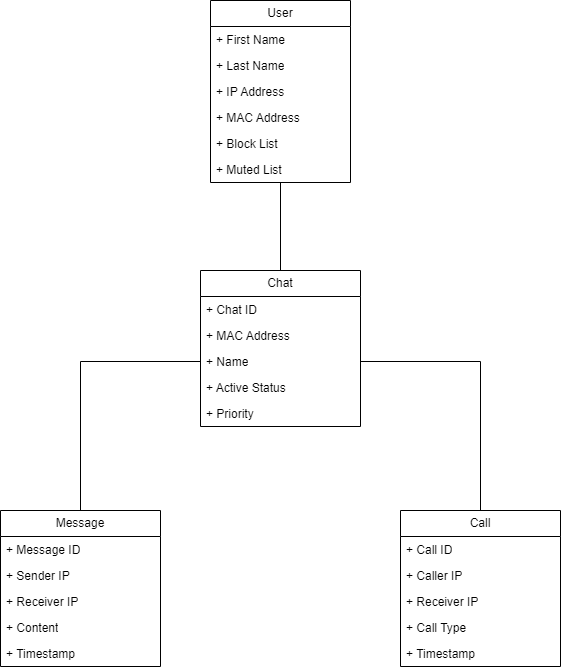
Earlier version of the draw.io export Figures/Domain Model/Image/AndroCom_DomainModel.drawio.png (imharris24/AndroCom-Android). Source tidied: cells renumbered, new cells last; positions are measured from the earlier drawing's top-left corner, leaving out a move shared by most shapes. The source it was exported from:
```xml
<mxGraphModel>
  <root>
    <mxCell id="0" />
    <mxCell id="1" parent="0" />
    <mxCell id="2" value="User" style="swimlane;fontStyle=0;horizontal=1;startSize=26;fillColor=none;whiteSpace=wrap;html=1;" parent="1" vertex="1">
      <mxGeometry x="210" width="140" height="182" as="geometry" />
    </mxCell>
    <mxCell id="3" value="+ First Name" style="text;strokeColor=none;fillColor=none;align=left;verticalAlign=top;spacingLeft=4;spacingRight=4;overflow=hidden;whiteSpace=wrap;html=1;" parent="2" vertex="1">
      <mxGeometry y="26" width="140" height="26" as="geometry" />
    </mxCell>
    <mxCell id="4" value="+ Last Name" style="text;strokeColor=none;fillColor=none;align=left;verticalAlign=top;spacingLeft=4;spacingRight=4;overflow=hidden;whiteSpace=wrap;html=1;" parent="2" vertex="1">
      <mxGeometry y="52" width="140" height="26" as="geometry" />
    </mxCell>
    <mxCell id="5" value="+ IP Address" style="text;strokeColor=none;fillColor=none;align=left;verticalAlign=top;spacingLeft=4;spacingRight=4;overflow=hidden;whiteSpace=wrap;html=1;" parent="2" vertex="1">
      <mxGeometry y="78" width="140" height="26" as="geometry" />
    </mxCell>
    <mxCell id="6" value="+ MAC Address&lt;br&gt;" style="text;strokeColor=none;fillColor=none;align=left;verticalAlign=top;spacingLeft=4;spacingRight=4;overflow=hidden;whiteSpace=wrap;html=1;" parent="2" vertex="1">
      <mxGeometry y="104" width="140" height="26" as="geometry" />
    </mxCell>
    <mxCell id="7" value="+ Block List" style="text;strokeColor=none;fillColor=none;align=left;verticalAlign=top;spacingLeft=4;spacingRight=4;overflow=hidden;whiteSpace=wrap;html=1;" parent="2" vertex="1">
      <mxGeometry y="130" width="140" height="26" as="geometry" />
    </mxCell>
    <mxCell id="8" value="+ Muted List" style="text;strokeColor=none;fillColor=none;align=left;verticalAlign=top;spacingLeft=4;spacingRight=4;overflow=hidden;points=[[0,0.5],[1,0.5]];portConstraint=eastwest;whiteSpace=wrap;html=1;" parent="2" vertex="1">
      <mxGeometry y="156" width="140" height="26" as="geometry" />
    </mxCell>
    <mxCell id="9" value="Chat" style="swimlane;fontStyle=0;horizontal=1;startSize=26;fillColor=none;whiteSpace=wrap;html=1;" parent="1" vertex="1">
      <mxGeometry x="200" y="270" width="160" height="156" as="geometry" />
    </mxCell>
    <mxCell id="10" value="+ Chat ID" style="text;strokeColor=none;fillColor=none;align=left;verticalAlign=top;spacingLeft=4;spacingRight=4;overflow=hidden;whiteSpace=wrap;html=1;" parent="9" vertex="1">
      <mxGeometry y="26" width="160" height="26" as="geometry" />
    </mxCell>
    <mxCell id="11" value="+ MAC Address" style="text;strokeColor=none;fillColor=none;align=left;verticalAlign=top;spacingLeft=4;spacingRight=4;overflow=hidden;whiteSpace=wrap;html=1;" parent="9" vertex="1">
      <mxGeometry y="52" width="160" height="26" as="geometry" />
    </mxCell>
    <mxCell id="12" value="+ Name" style="text;strokeColor=none;fillColor=none;align=left;verticalAlign=top;spacingLeft=4;spacingRight=4;overflow=hidden;points=[[0,0.5],[1,0.5]];portConstraint=eastwest;whiteSpace=wrap;html=1;" parent="9" vertex="1">
      <mxGeometry y="78" width="160" height="26" as="geometry" />
    </mxCell>
    <mxCell id="13" value="+ Active Status" style="text;strokeColor=none;fillColor=none;align=left;verticalAlign=top;spacingLeft=4;spacingRight=4;overflow=hidden;whiteSpace=wrap;html=1;" parent="9" vertex="1">
      <mxGeometry y="104" width="160" height="26" as="geometry" />
    </mxCell>
    <mxCell id="14" value="+ Priority" style="text;strokeColor=none;fillColor=none;align=left;verticalAlign=top;spacingLeft=4;spacingRight=4;overflow=hidden;whiteSpace=wrap;html=1;" parent="9" vertex="1">
      <mxGeometry y="130" width="160" height="26" as="geometry" />
    </mxCell>
    <mxCell id="15" style="edgeStyle=orthogonalEdgeStyle;rounded=0;jettySize=auto;html=1;exitX=0.5;exitY=0;exitDx=0;exitDy=0;endArrow=none;endFill=0;entryX=0.437;entryY=1;entryDx=0;entryDy=0;entryPerimeter=0;" parent="1" edge="1" source="9" target="8">
      <mxGeometry relative="1" as="geometry">
        <Array as="points">
          <mxPoint x="280" y="182" />
        </Array>
      </mxGeometry>
    </mxCell>
    <mxCell id="16" value="Message" style="swimlane;fontStyle=0;horizontal=1;startSize=26;fillColor=none;whiteSpace=wrap;html=1;" parent="1" vertex="1">
      <mxGeometry y="510" width="160" height="156" as="geometry" />
    </mxCell>
    <mxCell id="17" value="+ Message ID" style="text;strokeColor=none;fillColor=none;align=left;verticalAlign=top;spacingLeft=4;spacingRight=4;overflow=hidden;whiteSpace=wrap;html=1;" parent="16" vertex="1">
      <mxGeometry y="26" width="160" height="26" as="geometry" />
    </mxCell>
    <mxCell id="18" value="+ Sender IP" style="text;strokeColor=none;fillColor=none;align=left;verticalAlign=top;spacingLeft=4;spacingRight=4;overflow=hidden;points=[[0,0.5],[1,0.5]];portConstraint=eastwest;whiteSpace=wrap;html=1;" parent="16" vertex="1">
      <mxGeometry y="52" width="160" height="26" as="geometry" />
    </mxCell>
    <mxCell id="19" value="+ Receiver IP" style="text;strokeColor=none;fillColor=none;align=left;verticalAlign=top;spacingLeft=4;spacingRight=4;overflow=hidden;whiteSpace=wrap;html=1;" parent="16" vertex="1">
      <mxGeometry y="78" width="160" height="26" as="geometry" />
    </mxCell>
    <mxCell id="20" value="+ Content" style="text;strokeColor=none;fillColor=none;align=left;verticalAlign=top;spacingLeft=4;spacingRight=4;overflow=hidden;whiteSpace=wrap;html=1;" parent="16" vertex="1">
      <mxGeometry y="104" width="160" height="26" as="geometry" />
    </mxCell>
    <mxCell id="21" value="+ Timestamp" style="text;strokeColor=none;fillColor=none;align=left;verticalAlign=top;spacingLeft=4;spacingRight=4;overflow=hidden;whiteSpace=wrap;html=1;" parent="16" vertex="1">
      <mxGeometry y="130" width="160" height="26" as="geometry" />
    </mxCell>
    <mxCell id="22" style="edgeStyle=orthogonalEdgeStyle;rounded=0;jettySize=auto;html=1;exitX=0;exitY=0.5;exitDx=0;exitDy=0;entryX=1;entryY=0.5;entryDx=0;entryDy=0;endArrow=none;endFill=0;" parent="1" edge="1" source="x" target="18">
      <mxGeometry relative="1" as="geometry" />
    </mxCell>
    <mxCell id="23" value="Call" style="swimlane;fontStyle=0;horizontal=1;startSize=26;fillColor=none;whiteSpace=wrap;html=1;" parent="1" vertex="1">
      <mxGeometry x="400" y="510" width="160" height="156" as="geometry" />
    </mxCell>
    <mxCell id="24" value="+ Call ID" style="text;strokeColor=none;fillColor=none;align=left;verticalAlign=top;spacingLeft=4;spacingRight=4;overflow=hidden;whiteSpace=wrap;html=1;" parent="23" vertex="1">
      <mxGeometry y="26" width="160" height="26" as="geometry" />
    </mxCell>
    <mxCell id="25" value="+ Caller IP" style="text;strokeColor=none;fillColor=none;align=left;verticalAlign=top;spacingLeft=4;spacingRight=4;overflow=hidden;points=[[0,0.5],[1,0.5]];portConstraint=eastwest;whiteSpace=wrap;html=1;" parent="23" vertex="1">
      <mxGeometry y="52" width="160" height="26" as="geometry" />
    </mxCell>
    <mxCell id="26" value="+ Receiver IP" style="text;strokeColor=none;fillColor=none;align=left;verticalAlign=top;spacingLeft=4;spacingRight=4;overflow=hidden;whiteSpace=wrap;html=1;" parent="23" vertex="1">
      <mxGeometry y="78" width="160" height="26" as="geometry" />
    </mxCell>
    <mxCell id="27" value="+ Call Type" style="text;strokeColor=none;fillColor=none;align=left;verticalAlign=top;spacingLeft=4;spacingRight=4;overflow=hidden;whiteSpace=wrap;html=1;" parent="23" vertex="1">
      <mxGeometry y="104" width="160" height="26" as="geometry" />
    </mxCell>
    <mxCell id="28" value="+ Timestamp" style="text;strokeColor=none;fillColor=none;align=left;verticalAlign=top;spacingLeft=4;spacingRight=4;overflow=hidden;whiteSpace=wrap;html=1;" parent="23" vertex="1">
      <mxGeometry y="130" width="160" height="26" as="geometry" />
    </mxCell>
    <mxCell id="29" style="edgeStyle=orthogonalEdgeStyle;rounded=0;jettySize=auto;html=1;exitX=0;exitY=0.5;exitDx=0;exitDy=0;entryX=1;entryY=0.5;entryDx=0;entryDy=0;endArrow=none;endFill=0;" parent="1" edge="1" source="25" target="x">
      <mxGeometry relative="1" as="geometry">
        <Array as="points">
          <mxPoint x="380" y="595" />
          <mxPoint x="380" y="335" />
        </Array>
      </mxGeometry>
    </mxCell>
    <mxCell id="30" style="edgeStyle=orthogonalEdgeStyle;rounded=0;jettySize=auto;html=1;exitX=0;exitY=0.5;exitDx=0;exitDy=0;entryX=0.5;entryY=0;entryDx=0;entryDy=0;endArrow=none;endFill=0;" parent="1" edge="1" source="12" target="16">
      <mxGeometry relative="1" as="geometry" />
    </mxCell>
    <mxCell id="31" style="edgeStyle=orthogonalEdgeStyle;rounded=0;jettySize=auto;html=1;exitX=1;exitY=0.5;exitDx=0;exitDy=0;entryX=0.5;entryY=0;entryDx=0;entryDy=0;endArrow=none;endFill=0;" parent="1" edge="1" source="12" target="23">
      <mxGeometry relative="1" as="geometry" />
    </mxCell>
  </root>
</mxGraphModel>
```
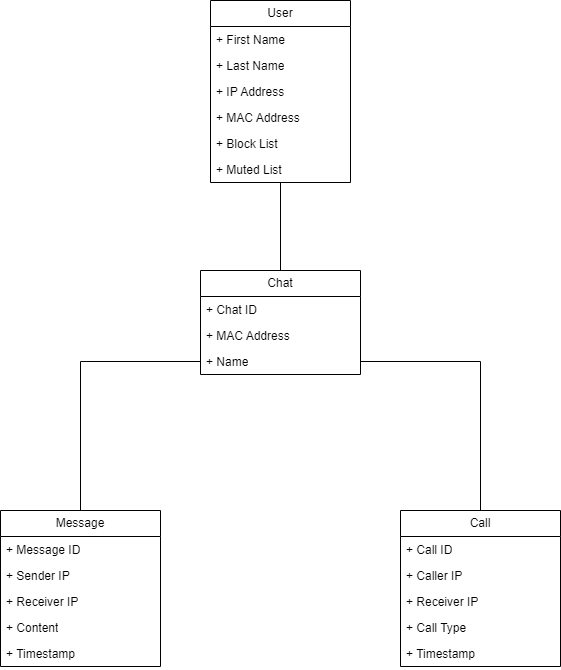
Later version of the same file.

Diff of the diagram source:
```diff
@@ -24,7 +24,7 @@
       <mxGeometry y="156" width="140" height="26" as="geometry" />
     </mxCell>
     <mxCell id="9" value="Chat" style="swimlane;fontStyle=0;horizontal=1;startSize=26;fillColor=none;whiteSpace=wrap;html=1;" parent="1" vertex="1">
-      <mxGeometry x="200" y="270" width="160" height="156" as="geometry" />
+      <mxGeometry x="200" y="270" width="160" height="104" as="geometry" />
     </mxCell>
     <mxCell id="10" value="+ Chat ID" style="text;strokeColor=none;fillColor=none;align=left;verticalAlign=top;spacingLeft=4;spacingRight=4;overflow=hidden;whiteSpace=wrap;html=1;" parent="9" vertex="1">
       <mxGeometry y="26" width="160" height="26" as="geometry" />
@@ -35,12 +35,6 @@
     <mxCell id="12" value="+ Name" style="text;strokeColor=none;fillColor=none;align=left;verticalAlign=top;spacingLeft=4;spacingRight=4;overflow=hidden;points=[[0,0.5],[1,0.5]];portConstraint=eastwest;whiteSpace=wrap;html=1;" parent="9" vertex="1">
       <mxGeometry y="78" width="160" height="26" as="geometry" />
     </mxCell>
-    <mxCell id="13" value="+ Active Status" style="text;strokeColor=none;fillColor=none;align=left;verticalAlign=top;spacingLeft=4;spacingRight=4;overflow=hidden;whiteSpace=wrap;html=1;" parent="9" vertex="1">
-      <mxGeometry y="104" width="160" height="26" as="geometry" />
-    </mxCell>
-    <mxCell id="14" value="+ Priority" style="text;strokeColor=none;fillColor=none;align=left;verticalAlign=top;spacingLeft=4;spacingRight=4;overflow=hidden;whiteSpace=wrap;html=1;" parent="9" vertex="1">
-      <mxGeometry y="130" width="160" height="26" as="geometry" />
-    </mxCell>
     <mxCell id="15" style="edgeStyle=orthogonalEdgeStyle;rounded=0;jettySize=auto;html=1;exitX=0.5;exitY=0;exitDx=0;exitDy=0;endArrow=none;endFill=0;entryX=0.437;entryY=1;entryDx=0;entryDy=0;entryPerimeter=0;" parent="1" edge="1" source="9" target="8">
       <mxGeometry relative="1" as="geometry">
         <Array as="points">
@@ -66,7 +60,7 @@
     <mxCell id="21" value="+ Timestamp" style="text;strokeColor=none;fillColor=none;align=left;verticalAlign=top;spacingLeft=4;spacingRight=4;overflow=hidden;whiteSpace=wrap;html=1;" parent="16" vertex="1">
       <mxGeometry y="130" width="160" height="26" as="geometry" />
     </mxCell>
-    <mxCell id="22" style="edgeStyle=orthogonalEdgeStyle;rounded=0;jettySize=auto;html=1;exitX=0;exitY=0.5;exitDx=0;exitDy=0;entryX=1;entryY=0.5;entryDx=0;entryDy=0;endArrow=none;endFill=0;" parent="1" edge="1" source="x" target="18">
+    <mxCell id="22" style="edgeStyle=orthogonalEdgeStyle;rounded=0;jettySize=auto;html=1;exitX=0;exitY=0.5;exitDx=0;exitDy=0;entryX=1;entryY=0.5;entryDx=0;entryDy=0;endArrow=none;endFill=0;" parent="1" edge="1" target="18">
       <mxGeometry relative="1" as="geometry" />
     </mxCell>
     <mxCell id="23" value="Call" style="swimlane;fontStyle=0;horizontal=1;startSize=26;fillColor=none;whiteSpace=wrap;html=1;" parent="1" vertex="1">
@@ -87,7 +81,7 @@
     <mxCell id="28" value="+ Timestamp" style="text;strokeColor=none;fillColor=none;align=left;verticalAlign=top;spacingLeft=4;spacingRight=4;overflow=hidden;whiteSpace=wrap;html=1;" parent="23" vertex="1">
       <mxGeometry y="130" width="160" height="26" as="geometry" />
     </mxCell>
-    <mxCell id="29" style="edgeStyle=orthogonalEdgeStyle;rounded=0;jettySize=auto;html=1;exitX=0;exitY=0.5;exitDx=0;exitDy=0;entryX=1;entryY=0.5;entryDx=0;entryDy=0;endArrow=none;endFill=0;" parent="1" edge="1" source="25" target="x">
+    <mxCell id="29" style="edgeStyle=orthogonalEdgeStyle;rounded=0;jettySize=auto;html=1;exitX=0;exitY=0.5;exitDx=0;exitDy=0;entryX=1;entryY=0.5;entryDx=0;entryDy=0;endArrow=none;endFill=0;" parent="1" edge="1" source="25">
       <mxGeometry relative="1" as="geometry">
         <Array as="points">
           <mxPoint x="380" y="595" />
```
